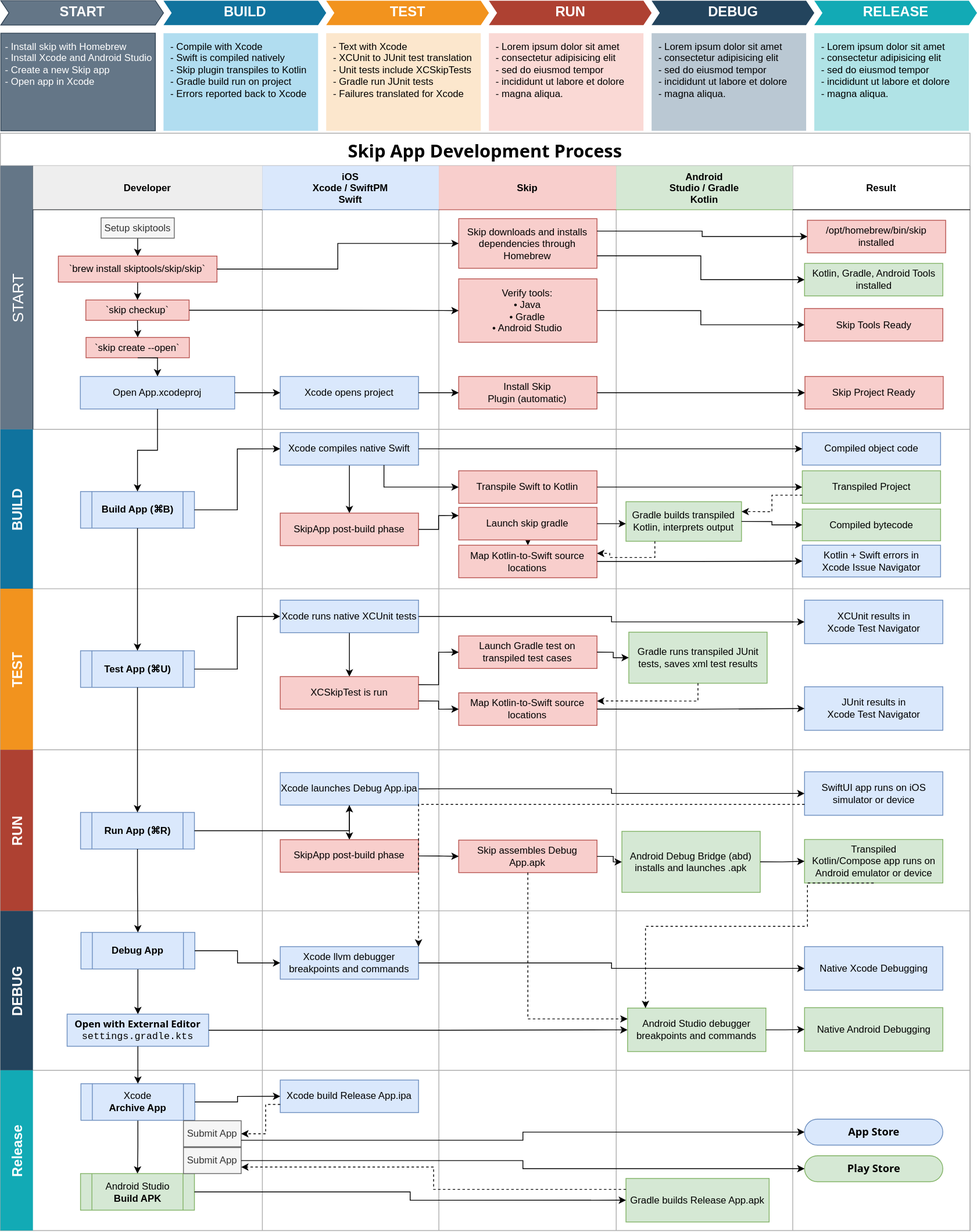
Above: skip_dev_process.drawio.svg in skiptools/assets.skip.tools (draw.io), before the change. Source tidied: cells renumbered, new cells last; positions are measured from the earlier drawing's top-left corner, leaving out a move shared by most shapes.
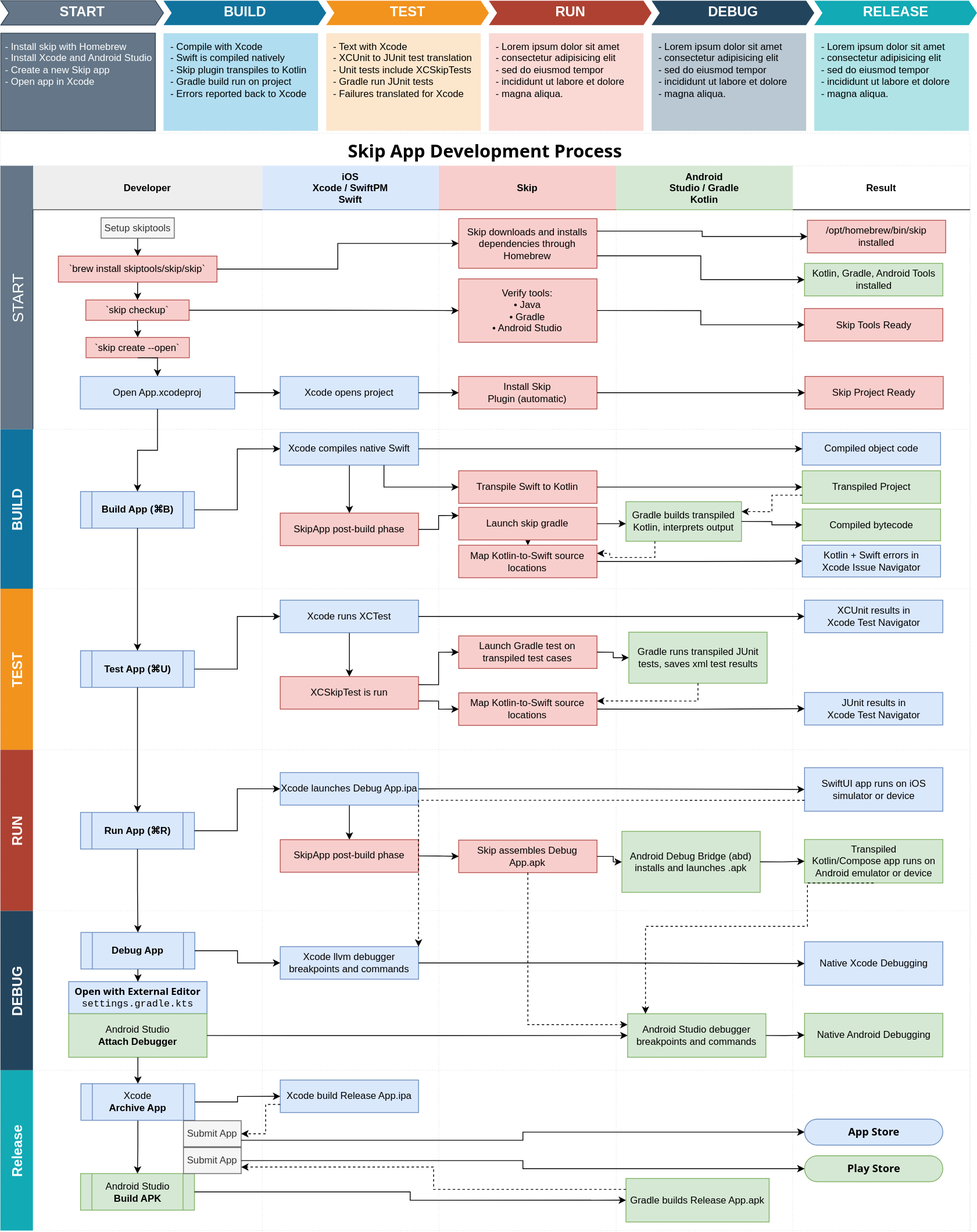
The same file after the commit.

The edit, as a diff of the source:
```diff
@@ -2,7 +2,7 @@
   <root>
     <mxCell id="0" />
     <mxCell id="1" parent="0" />
-    <mxCell id="2" value="Skip App Development Process" style="shape=table;startSize=40;fontStyle=1;swimlaneFillColor=none;fillColor=none;fontFamily=system-ui,Helvetica,san-serif;fontSize=22;strokeColor=#ADADAD;" parent="1" vertex="1">
+    <mxCell id="2" value="Skip App Development Process" style="shape=table;startSize=40;fontStyle=1;swimlaneFillColor=none;fillColor=none;fontFamily=system-ui,Helvetica,san-serif;fontSize=22;strokeColor=#E6E6E6;dashed=1;dashPattern=1 2;" parent="1" vertex="1">
       <mxGeometry y="163" width="1192" height="1349" as="geometry" />
     </mxCell>
     <mxCell id="3" value="START" style="shape=tableRow;horizontal=0;swimlaneHead=0;swimlaneBody=0;top=0;left=0;bottom=0;right=0;fillColor=#647687;startSize=40;fontStyle=0;fontSize=19;fontFamily=Helvetica;fontColor=#ffffff;strokeColor=#314354;" parent="2" vertex="1">
@@ -205,7 +205,7 @@
     <mxCell id="68" style="edgeStyle=orthogonalEdgeStyle;rounded=0;jettySize=auto;html=1;exitX=0.5;exitY=1;exitDx=0;exitDy=0;entryX=0.5;entryY=0;entryDx=0;entryDy=0;" parent="67" edge="1" source="69" target="70">
       <mxGeometry relative="1" as="geometry" />
     </mxCell>
-    <mxCell id="69" value="Xcode runs native XCUnit tests" style="rounded=0;whiteSpace=wrap;html=1;fillColor=#dae8fc;strokeColor=#6c8ebf;" parent="67" vertex="1">
+    <mxCell id="69" value="Xcode runs XCTest" style="rounded=0;whiteSpace=wrap;html=1;fillColor=#dae8fc;strokeColor=#6c8ebf;" parent="67" vertex="1">
       <mxGeometry x="22" y="14" width="170" height="40" as="geometry" />
     </mxCell>
     <mxCell id="70" value="XCSkipTest is run" style="rounded=0;whiteSpace=wrap;html=1;fillColor=#f8cecc;strokeColor=#b85450;" parent="67" vertex="1">
@@ -230,10 +230,10 @@
       <mxGeometry x="974" width="218" height="198" as="geometry" />
     </mxCell>
     <mxCell id="77" value="XCUnit results in &lt;br&gt;Xcode Test Navigator" style="rounded=0;whiteSpace=wrap;html=1;fillColor=#dae8fc;strokeColor=#6c8ebf;" parent="76" vertex="1">
-      <mxGeometry x="14.5" y="14" width="170" height="53.5" as="geometry" />
+      <mxGeometry x="14.5" y="14" width="170" height="40" as="geometry" />
     </mxCell>
     <mxCell id="78" value="JUnit results in &lt;br&gt;Xcode Test Navigator" style="rounded=0;whiteSpace=wrap;html=1;fillColor=#dae8fc;strokeColor=#6c8ebf;" parent="76" vertex="1">
-      <mxGeometry x="14.5" y="120.5" width="170" height="53.5" as="geometry" />
+      <mxGeometry x="14.5" y="127.5" width="170" height="40" as="geometry" />
     </mxCell>
     <mxCell id="79" style="swimlane;swimlaneHead=0;swimlaneBody=0;fillColor=none;startSize=0;fontStyle=1;" parent="64" vertex="1">
       <mxGeometry x="1192" height="198" as="geometry" />
@@ -302,7 +302,7 @@
       <mxGeometry x="974" width="218" height="198" as="geometry" />
     </mxCell>
     <mxCell id="101" value="SwiftUI app runs on iOS simulator or device" style="rounded=0;whiteSpace=wrap;html=1;fillColor=#dae8fc;strokeColor=#6c8ebf;" parent="100" vertex="1">
-      <mxGeometry x="14.5" y="27" width="170" height="53.5" as="geometry" />
+      <mxGeometry x="14.5" y="22" width="170" height="53.5" as="geometry" />
     </mxCell>
     <mxCell id="102" value="Transpiled&lt;br&gt;Kotlin/Compose app runs on Android emulator or device" style="rounded=0;whiteSpace=wrap;html=1;fillColor=#d5e8d4;strokeColor=#82b366;" parent="100" vertex="1">
       <mxGeometry x="14.5" y="110.2" width="170" height="53.5" as="geometry" />
@@ -310,7 +310,7 @@
     <mxCell id="103" style="swimlane;swimlaneHead=0;swimlaneBody=0;fillColor=none;startSize=0;fontStyle=1;" parent="87" vertex="1">
       <mxGeometry x="1192" height="198" as="geometry" />
     </mxCell>
-    <mxCell id="104" style="edgeStyle=orthogonalEdgeStyle;rounded=0;jettySize=auto;html=1;exitX=1;exitY=0.5;exitDx=0;exitDy=0;" parent="87" edge="1" source="90" target="94">
+    <mxCell id="104" style="edgeStyle=orthogonalEdgeStyle;rounded=0;jettySize=auto;html=1;exitX=1;exitY=0.5;exitDx=0;exitDy=0;entryX=0;entryY=0.5;entryDx=0;entryDy=0;" parent="87" edge="1" source="90" target="94">
       <mxGeometry relative="1" as="geometry" />
     </mxCell>
     <mxCell id="105" style="edgeStyle=orthogonalEdgeStyle;rounded=0;jettySize=auto;html=1;exitX=1;exitY=0.5;exitDx=0;exitDy=0;" parent="87" edge="1" source="94" target="101">
@@ -338,8 +338,11 @@
       <mxGeometry x="59" y="26.5" width="140" height="45" as="geometry" />
     </mxCell>
     <mxCell id="113" value="&lt;font face=&quot;system-ui, Helvetica, san-serif&quot;&gt;&lt;b&gt;Open with External Editor&lt;/b&gt;&lt;/font&gt;&lt;br&gt;&lt;font face=&quot;Courier New&quot;&gt;settings.gradle.kts&lt;/font&gt;" style="rounded=0;whiteSpace=wrap;html=1;fillColor=#dae8fc;strokeColor=#6c8ebf;" parent="110" vertex="1">
-      <mxGeometry x="42" y="127" width="174" height="39.5" as="geometry" />
+      <mxGeometry x="44" y="87" width="170" height="39.5" as="geometry" />
     </mxCell>
+    <mxCell id="171" value="Android Studio&lt;br&gt;&lt;b&gt;Attach Debugger&lt;/b&gt;" style="rounded=0;whiteSpace=wrap;html=1;fillColor=#d5e8d4;strokeColor=#82b366;" parent="110" vertex="1">
+      <mxGeometry x="44" y="126.5" width="170" height="53.5" as="geometry" />
+    </mxCell>
     <mxCell id="114" style="swimlane;swimlaneHead=0;swimlaneBody=0;fillColor=none;startSize=0;fontStyle=1;horizontal=1;" parent="109" vertex="1">
       <mxGeometry x="322" width="217" height="196" as="geometry" />
     </mxCell>
@@ -356,19 +359,19 @@
       <mxGeometry x="757" width="217" height="196" as="geometry" />
     </mxCell>
     <mxCell id="119" value="Android Studio debugger breakpoints and commands" style="rounded=0;whiteSpace=wrap;html=1;fillColor=#d5e8d4;strokeColor=#82b366;" parent="118" vertex="1">
-      <mxGeometry x="14" y="119.5" width="170" height="53.5" as="geometry" />
+      <mxGeometry x="14" y="126.5" width="170" height="53.5" as="geometry" />
     </mxCell>
     <mxCell id="120" style="swimlane;swimlaneHead=0;swimlaneBody=0;fillColor=none;startSize=0;fontStyle=1;horizontal=1;" parent="109" vertex="1">
       <mxGeometry x="974" width="218" height="196" as="geometry" />
     </mxCell>
     <mxCell id="121" value="Native Xcode Debugging" style="rounded=0;whiteSpace=wrap;html=1;fillColor=#dae8fc;strokeColor=#6c8ebf;" parent="120" vertex="1">
-      <mxGeometry x="14.5" y="44" width="170" height="53.5" as="geometry" />
+      <mxGeometry x="14.5" y="38" width="170" height="53.5" as="geometry" />
     </mxCell>
     <mxCell id="122" style="swimlane;swimlaneHead=0;swimlaneBody=0;fillColor=none;startSize=0;fontStyle=1;horizontal=1;" parent="120" vertex="1">
       <mxGeometry y="76.5" width="199" height="196" as="geometry" />
     </mxCell>
     <mxCell id="123" value="Native Android Debugging" style="rounded=0;whiteSpace=wrap;html=1;fillColor=#d5e8d4;strokeColor=#82b366;" parent="122" vertex="1">
-      <mxGeometry x="14.5" y="42.5" width="170" height="53.5" as="geometry" />
+      <mxGeometry x="14.5" y="49.5" width="170" height="53.5" as="geometry" />
     </mxCell>
     <mxCell id="124" style="swimlane;swimlaneHead=0;swimlaneBody=0;fillColor=none;startSize=0;fontStyle=1;" parent="109" vertex="1">
       <mxGeometry x="1192" height="196" as="geometry" />
@@ -379,7 +382,7 @@
     <mxCell id="126" style="edgeStyle=orthogonalEdgeStyle;rounded=0;jettySize=auto;html=1;exitX=1;exitY=0.5;exitDx=0;exitDy=0;" parent="109" edge="1" source="115" target="121">
       <mxGeometry relative="1" as="geometry" />
     </mxCell>
-    <mxCell id="127" style="edgeStyle=orthogonalEdgeStyle;rounded=0;jettySize=auto;html=1;exitX=1;exitY=0.5;exitDx=0;exitDy=0;" parent="109" edge="1" source="113" target="119">
+    <mxCell id="127" style="edgeStyle=orthogonalEdgeStyle;rounded=0;jettySize=auto;html=1;exitX=1;exitY=0.5;exitDx=0;exitDy=0;" parent="109" edge="1" source="171" target="119">
       <mxGeometry relative="1" as="geometry" />
     </mxCell>
     <mxCell id="128" style="edgeStyle=orthogonalEdgeStyle;rounded=0;jettySize=auto;html=1;exitX=1;exitY=0.5;exitDx=0;exitDy=0;entryX=0;entryY=0.5;entryDx=0;entryDy=0;" parent="109" edge="1" source="112" target="115">
@@ -468,9 +471,6 @@
     <mxCell id="154" style="edgeStyle=orthogonalEdgeStyle;rounded=0;jettySize=auto;html=1;exitX=0.5;exitY=1;exitDx=0;exitDy=0;entryX=0.5;entryY=0;entryDx=0;entryDy=0;" parent="2" edge="1" source="90" target="112">
       <mxGeometry relative="1" as="geometry" />
     </mxCell>
-    <mxCell id="155" style="edgeStyle=orthogonalEdgeStyle;rounded=0;jettySize=auto;html=1;exitX=0.5;exitY=1;exitDx=0;exitDy=0;" parent="2" edge="1" source="113" target="132">
-      <mxGeometry relative="1" as="geometry" />
-    </mxCell>
     <mxCell id="156" style="edgeStyle=orthogonalEdgeStyle;rounded=0;jettySize=auto;html=1;exitX=0.5;exitY=1;exitDx=0;exitDy=0;entryX=0;entryY=0.25;entryDx=0;entryDy=0;dashed=1;" parent="2" edge="1" source="97" target="119">
       <mxGeometry relative="1" as="geometry" />
     </mxCell>
@@ -485,6 +485,9 @@
     <mxCell id="158" style="edgeStyle=orthogonalEdgeStyle;rounded=0;jettySize=auto;html=1;exitX=0;exitY=0.75;exitDx=0;exitDy=0;entryX=1;entryY=0;entryDx=0;entryDy=0;dashed=1;" parent="2" edge="1" source="101" target="115">
       <mxGeometry relative="1" as="geometry" />
     </mxCell>
+    <mxCell id="172" style="edgeStyle=orthogonalEdgeStyle;rounded=0;jettySize=auto;html=1;" parent="2" edge="1" source="171" target="132">
+      <mxGeometry relative="1" as="geometry" />
+    </mxCell>
     <mxCell id="159" value="BUILD" style="shape=step;perimeter=stepPerimeter;whiteSpace=wrap;html=1;fixedSize=1;size=10;fillColor=#10739E;strokeColor=none;fontSize=17;fontColor=#FFFFFF;fontStyle=1;align=center;rounded=0;" parent="1" vertex="1">
       <mxGeometry x="200.5" width="200" height="30" as="geometry" />
     </mxCell>
```
